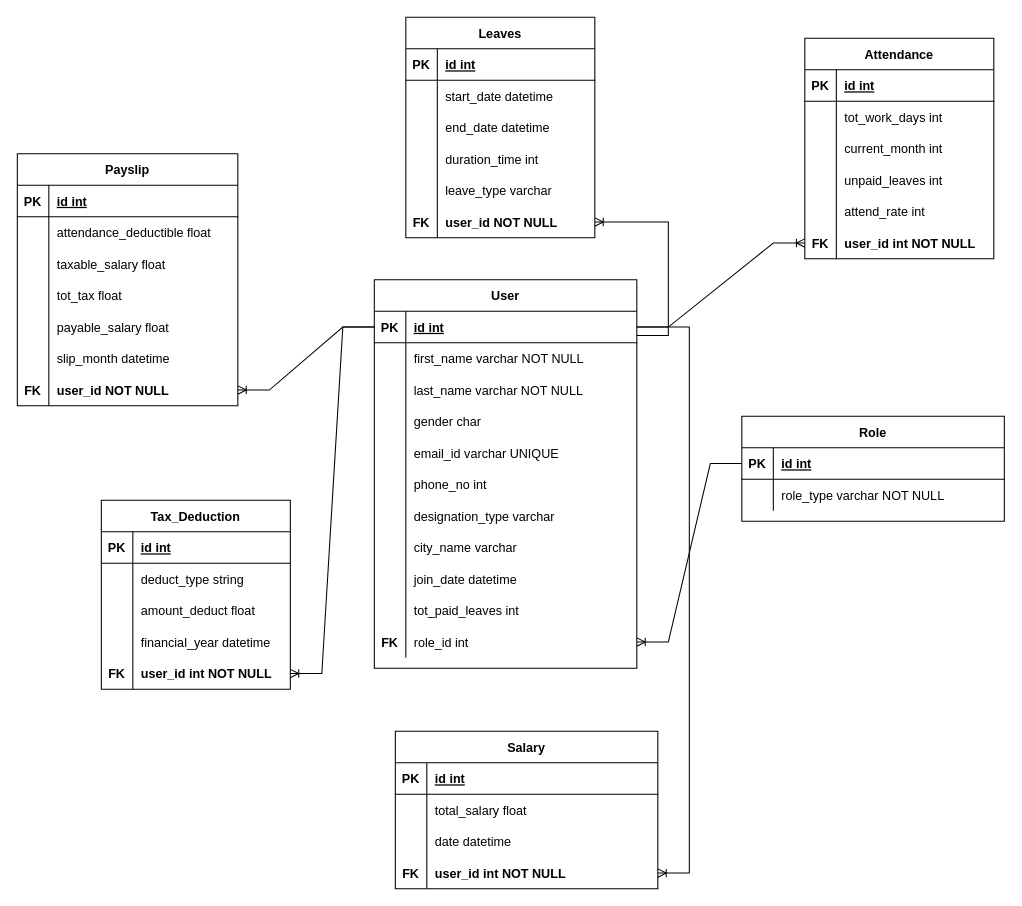
shlok-kalekar/PayrollSystem keeps this draw.io diagram as payrollsystem1.drawio. Above is the earlier version. Source tidied: cells renumbered, new cells numbered last; positions are measured from the earlier drawing's top-left corner, leaving out a move shared by most shapes. Both pictures are drawn from the tidied source at 105%, with x=0, y=0 at pixel (17, 17).
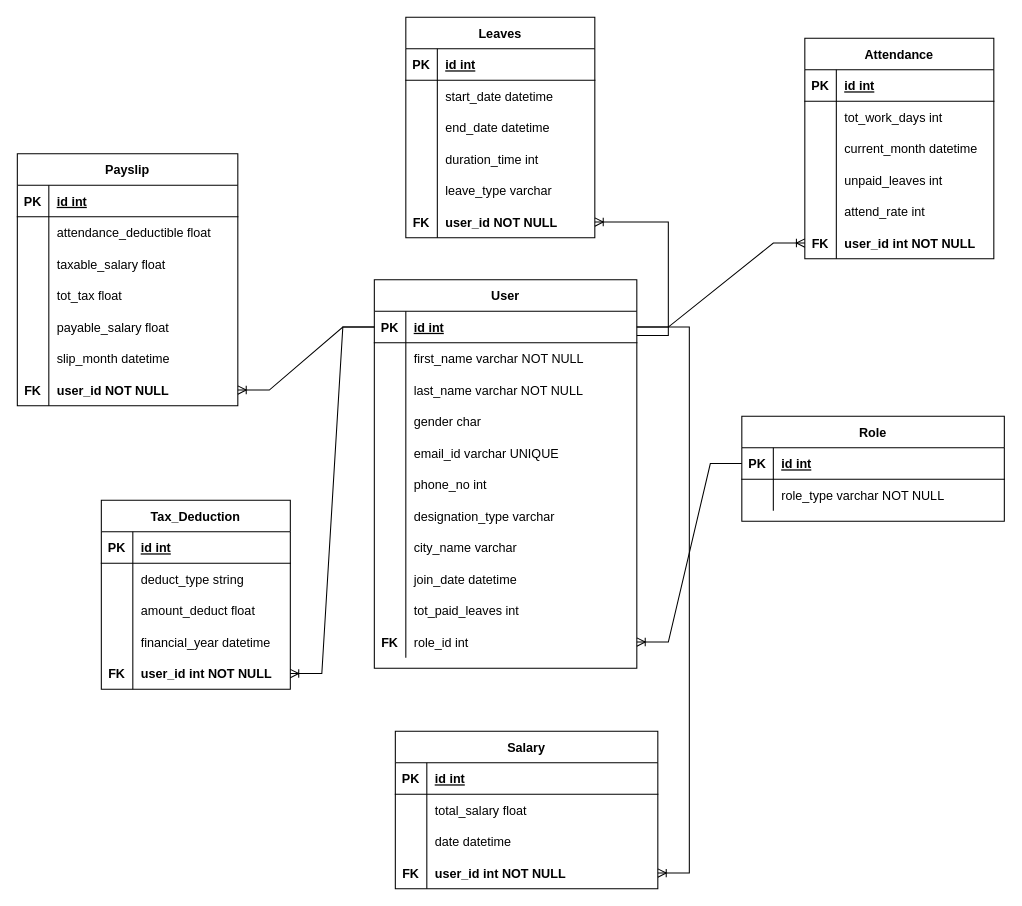
After the change.

Unchanged cells that the change refers to:
```xml
<mxCell id="63" style="shape=tableRow;horizontal=0;startSize=0;swimlaneHead=0;swimlaneBody=0;fillColor=none;top=0;left=0;right=0;bottom=0;" parent="56" vertex="1">
  <mxGeometry y="90" width="180" height="30" as="geometry" />
</mxCell>
```

Change to the diagram source:
```diff
@@
-    <mxCell id="65" value="current_month int" style="shape=partialRectangle;fillColor=none;top=0;left=0;bottom=0;right=0;align=left;spacingLeft=6;overflow=hidden;" parent="63" vertex="1">
+    <mxCell id="65" value="current_month datetime" style="shape=partialRectangle;fillColor=none;top=0;left=0;bottom=0;right=0;align=left;spacingLeft=6;overflow=hidden;" parent="63" vertex="1">
       <mxGeometry x="30" width="150" height="30" as="geometry" />
     </mxCell>
```
